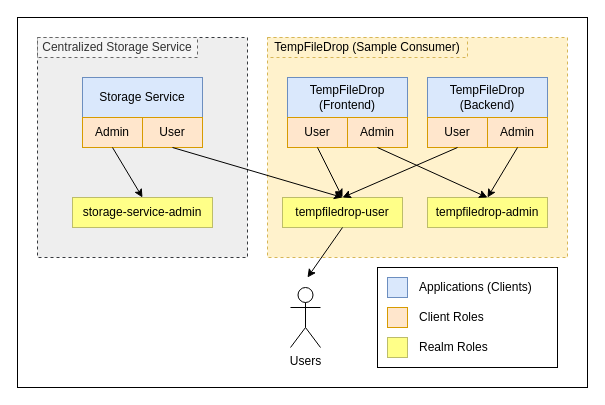
The draw.io diagram doc/keycloak.drawio in awarenessxz/TempFileDrop, before the edit. Source tidied: cells renumbered, new cells numbered last; positions are measured from the earlier drawing's top-left corner, leaving out a move shared by most shapes. Both pictures are drawn from the tidied source at 100%, with x=0, y=0 at pixel (17, 17).
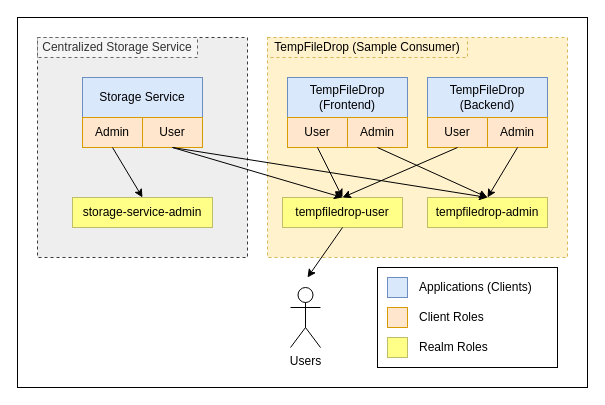
The same diagram, later.

Commit message (it also covers changes not shown here):
update keycloak configurations and documentations

Unchanged cells that the change refers to:
```xml
<mxCell id="14" value="User" style="rounded=0;whiteSpace=wrap;html=1;align=center;verticalAlign=middle;fillColor=#ffe6cc;strokeColor=#d79b00;" parent="1" vertex="1">
  <mxGeometry x="125" y="100" width="60" height="30" as="geometry" />
</mxCell>
<mxCell id="19" value="tempfiledrop-admin" style="rounded=0;whiteSpace=wrap;html=1;align=center;verticalAlign=middle;fillColor=#ffff88;strokeColor=#BDBD6A;" parent="1" vertex="1">
  <mxGeometry x="410" y="180" width="120" height="30" as="geometry" />
</mxCell>
```

Diff of the diagram source:
```diff
@@
+    <mxCell id="34" style="endArrow=classic;html=1;exitX=0.5;exitY=1;exitDx=0;exitDy=0;entryX=0.5;entryY=0;entryDx=0;entryDy=0;" parent="1" edge="1" source="14" target="19">
+      <mxGeometry relative="1" as="geometry" />
+    </mxCell>
```
